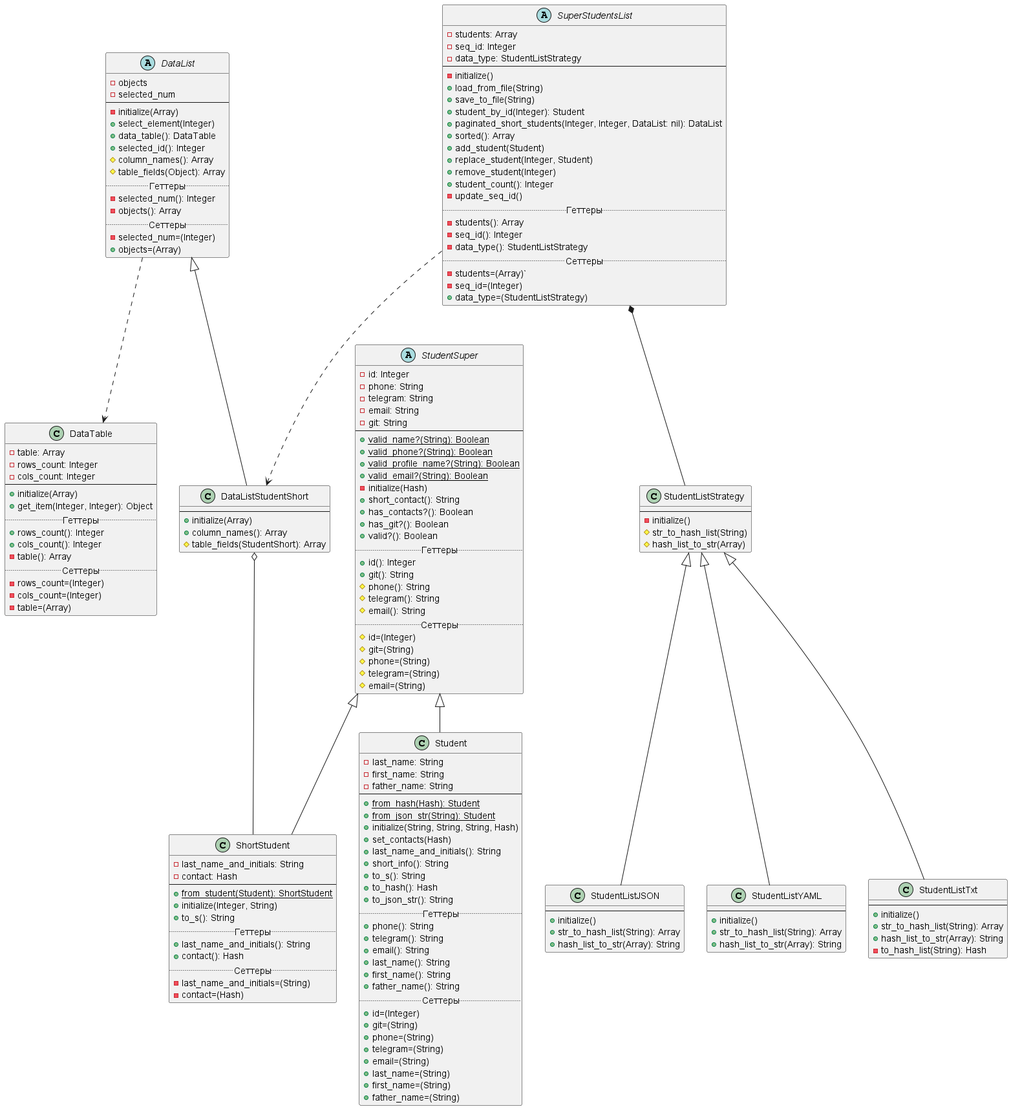
The PlantUML diagram StudentLab/diagram.png in KoriganGH/Patterns, before a commit.
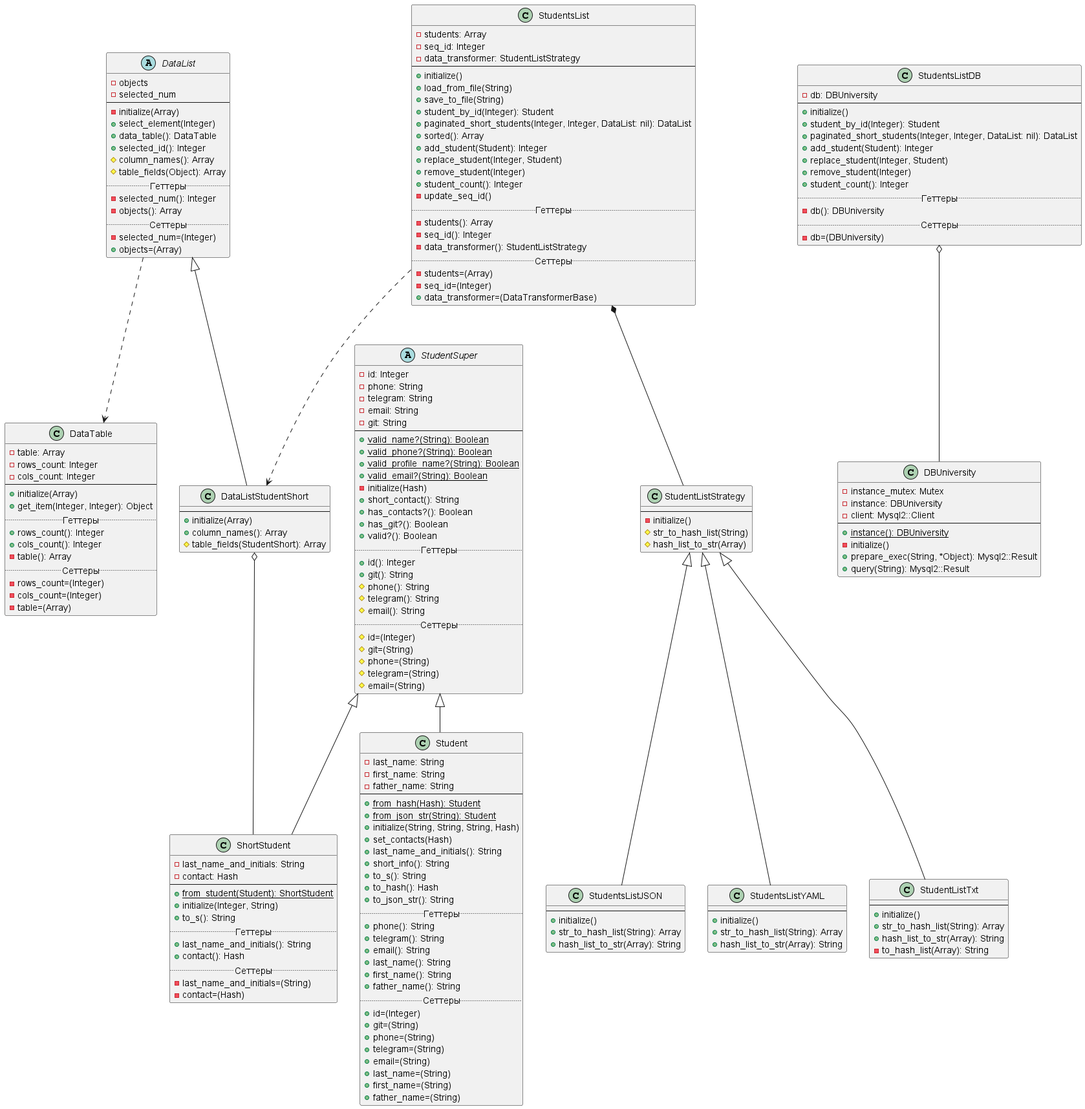
After the change.

The edit, as a diff of the source:
```diff
@@ -1,12 +1,12 @@
 @startuml
 
 DataList ..> DataTable
-SuperStudentsList *-- StudentListStrategy
-SuperStudentsList ..> DataListStudentShort
+StudentsList *-- StudentListStrategy
+StudentsList ..> DataListStudentShort
 DataListStudentShort o-- ShortStudent
+StudentsListDB o-- DBUniversity
 
-abstract class StudentSuper
- {
+abstract class StudentSuper {
     -id: Integer
     -phone: String
     -telegram: String
@@ -125,18 +125,18 @@
     #table_fields(StudentShort): Array
 }
 
-abstract class SuperStudentsList {
+class StudentsList {
     -students: Array
     -seq_id: Integer
-    -data_type: StudentListStrategy
+    -data_transformer: StudentListStrategy
     --
-    -initialize()
+    +initialize()
     +load_from_file(String)
     +save_to_file(String)
     +student_by_id(Integer): Student
     +paginated_short_students(Integer, Integer, DataList: nil): DataList
     +sorted(): Array
-    +add_student(Student)
+    +add_student(Student): Integer
     +replace_student(Integer, Student)
     +remove_student(Integer)
     +student_count(): Integer
@@ -144,11 +144,11 @@
     .. Геттеры ..
     -students(): Array
     -seq_id(): Integer
-    -data_type(): StudentListStrategy
+    -data_transformer(): StudentListStrategy
     .. Сеттеры ..
-    -students=(Array)`
+    -students=(Array)
     -seq_id=(Integer)
-    +data_type=(StudentListStrategy)
+    +data_transformer=(DataTransformerBase)
 }
 
 class StudentListStrategy {
@@ -158,14 +158,14 @@
     #hash_list_to_str(Array)
 }
 
-class StudentListJSON extends StudentListStrategy {
+class StudentsListJSON extends StudentListStrategy {
     --
     +initialize()
     +str_to_hash_list(String): Array
     +hash_list_to_str(Array): String
 }
 
-class StudentListYAML extends StudentListStrategy {
+class StudentsListYAML extends StudentListStrategy {
     --
     +initialize()
     +str_to_hash_list(String): Array
@@ -177,7 +177,34 @@
     +initialize()
     +str_to_hash_list(String): Array
     +hash_list_to_str(Array): String
-    -to_hash_list(String): Hash
+    -to_hash_list(Array): String
+}
+
+class DBUniversity {
+    -instance_mutex: Mutex
+    -instance: DBUniversity
+    -client: Mysql2::Client
+    --
+    +{static}instance(): DBUniversity
+    -initialize()
+    +prepare_exec(String, *Object): Mysql2::Result
+    +query(String): Mysql2::Result
+}
+
+class StudentsListDB {
+    -db: DBUniversity
+    --
+    +initialize()
+    +student_by_id(Integer): Student
+    +paginated_short_students(Integer, Integer, DataList: nil): DataList
+    +add_student(Student): Integer
+    +replace_student(Integer, Student)
+    +remove_student(Integer)
+    +student_count(): Integer
+    .. Геттеры ..
+    -db(): DBUniversity
+    .. Сеттеры ..
+    -db=(DBUniversity)
 }
 
 @enduml
```
